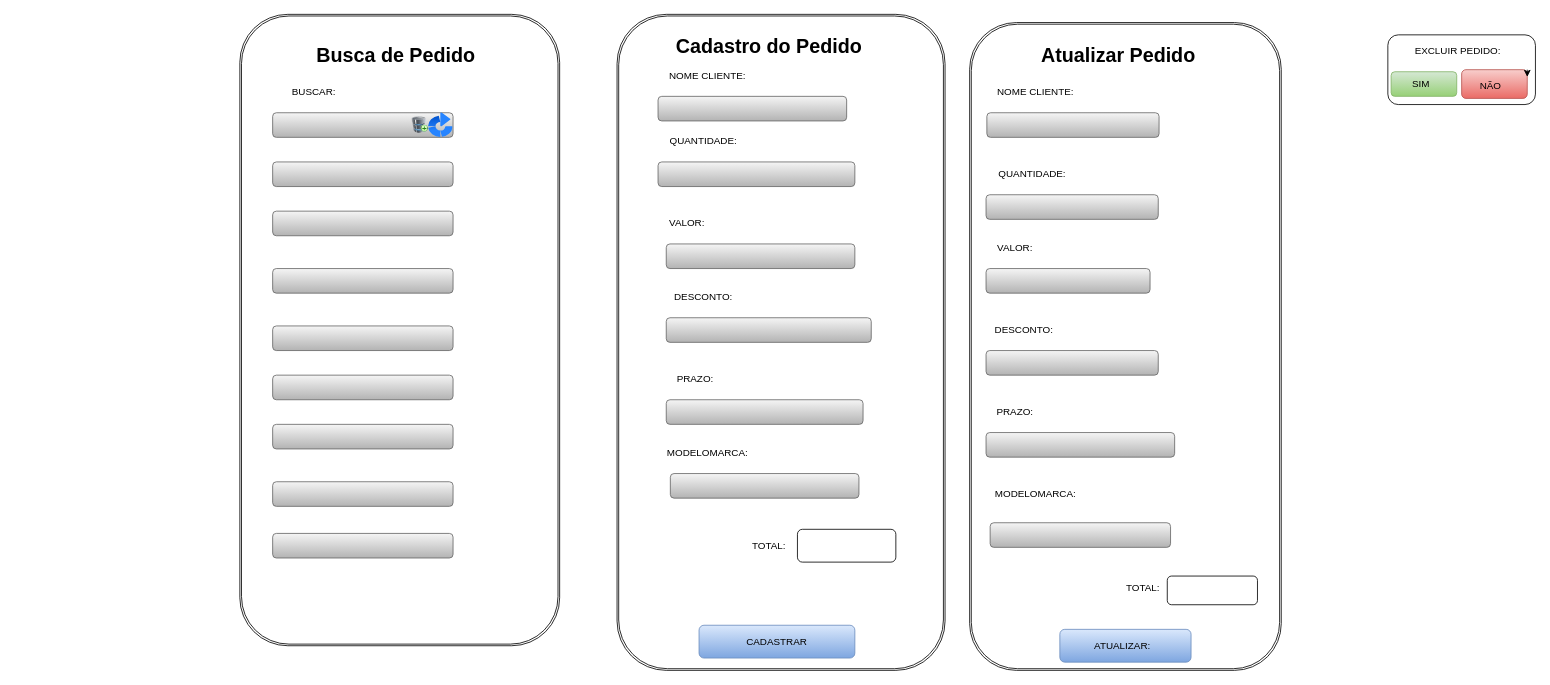
pati573022/avatarapp keeps this draw.io diagram as page "Página-3" (3 of 6) of doc/telas.drawio. Above is the earlier version. Source tidied: cells renumbered, new cells numbered last; positions are measured from the earlier drawing's top-left corner, leaving out a move shared by most shapes. Both pictures are drawn from the tidied source at 82%, with x=0, y=0 at pixel (239, 14).
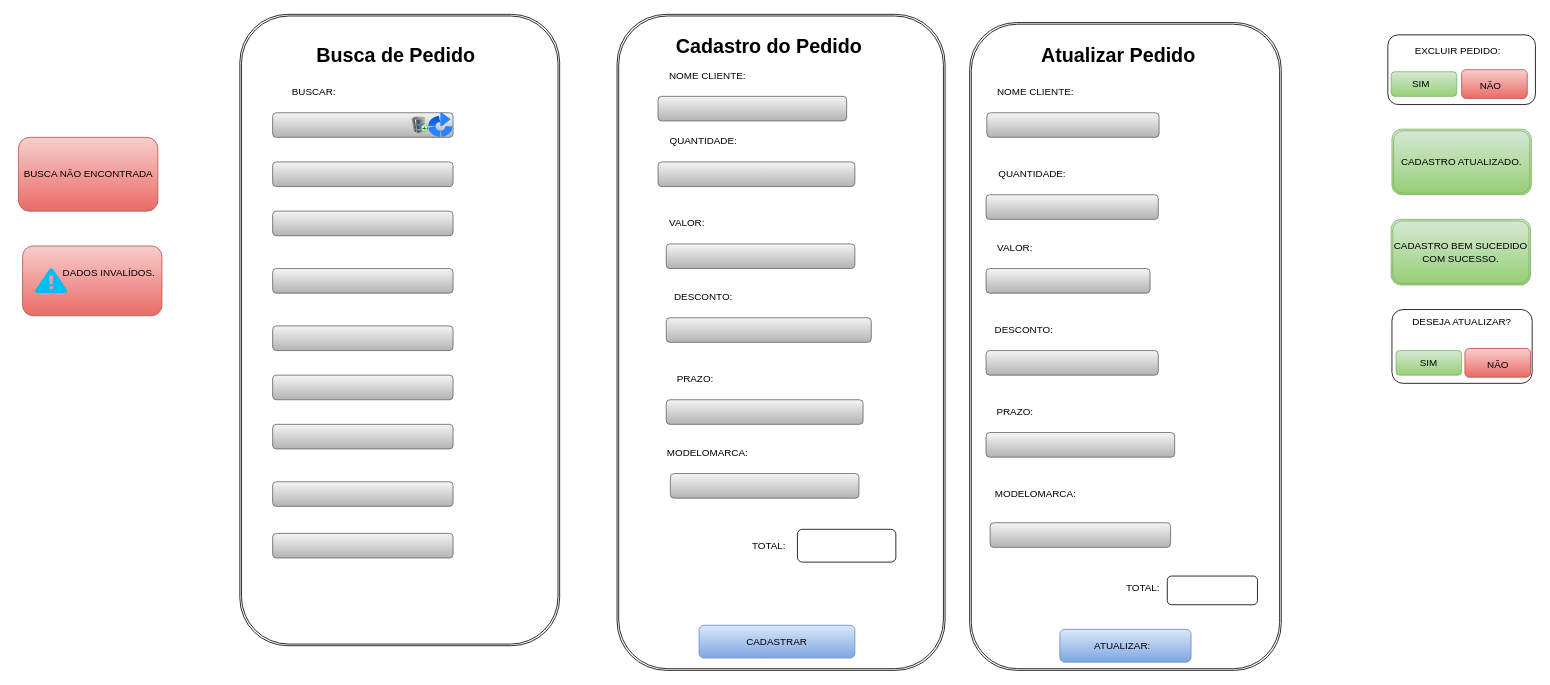
After the change.

The change refers to these unchanged cells:
```xml
<mxCell id="53" style="rounded=1;whiteSpace=wrap;html=1;fillColor=#f8cecc;gradientColor=#ea6b66;strokeColor=#b85450;" parent="1" vertex="1">
  <mxGeometry x="1490" y="67.5" width="80" height="35" as="geometry" />
</mxCell>
```

What changed in the source:
```diff
@@
-    <mxCell id="55" style="edgeStyle=orthogonalEdgeStyle;rounded=0;orthogonalLoop=1;jettySize=auto;html=1;exitX=1;exitY=0;exitDx=0;exitDy=0;entryX=1;entryY=0.25;entryDx=0;entryDy=0;" parent="1" edge="1" source="53" target="53">
-      <mxGeometry relative="1" as="geometry" />
-    </mxCell>
@@
+    <mxCell id="67" value="CADASTRO ATUALIZADO." style="shape=ext;double=1;rounded=1;whiteSpace=wrap;html=1;fillColor=#d5e8d4;strokeColor=#82b366;gradientColor=#97d077;" parent="1" vertex="1">
+      <mxGeometry x="1405" y="140" width="170" height="80" as="geometry" />
+    </mxCell>
+    <mxCell id="68" value="CADASTRO BEM SUCEDIDO COM SUCESSO." style="shape=ext;double=1;rounded=1;whiteSpace=wrap;html=1;fillColor=#d5e8d4;strokeColor=#82b366;gradientColor=#97d077;" parent="1" vertex="1">
+      <mxGeometry x="1404" y="250" width="170" height="80" as="geometry" />
+    </mxCell>
+    <mxCell id="69" style="rounded=1;whiteSpace=wrap;html=1;" parent="1" vertex="1">
+      <mxGeometry x="1405" y="360" width="171" height="90" as="geometry" />
+    </mxCell>
+    <mxCell id="70" value="DESEJA ATUALIZAR?" style="text;html=1;align=center;verticalAlign=middle;strokeColor=none;fillColor=none;" parent="1" vertex="1">
+      <mxGeometry x="1420" y="360" width="140" height="30" as="geometry" />
+    </mxCell>
+    <mxCell id="71" value="SIM" style="rounded=1;whiteSpace=wrap;html=1;fillColor=#d5e8d4;gradientColor=#97d077;strokeColor=#82b366;" parent="1" vertex="1">
+      <mxGeometry x="1410" y="410" width="80" height="30" as="geometry" />
+    </mxCell>
+    <mxCell id="72" style="rounded=1;whiteSpace=wrap;html=1;fillColor=#f8cecc;gradientColor=#ea6b66;strokeColor=#b85450;" parent="1" vertex="1">
+      <mxGeometry x="1494" y="407.5" width="80" height="35" as="geometry" />
+    </mxCell>
+    <mxCell id="73" value="NÃO" style="text;html=1;align=center;verticalAlign=middle;strokeColor=none;fillColor=none;" parent="1" vertex="1">
+      <mxGeometry x="1509" y="412.5" width="50" height="30" as="geometry" />
+    </mxCell>
+    <mxCell id="74" style="rounded=1;whiteSpace=wrap;html=1;fillColor=#f8cecc;gradientColor=#ea6b66;strokeColor=#b85450;" parent="1" vertex="1">
+      <mxGeometry x="-270" y="150" width="170" height="90" as="geometry" />
+    </mxCell>
+    <mxCell id="75" style="rounded=1;whiteSpace=wrap;html=1;fillColor=#f8cecc;gradientColor=#ea6b66;strokeColor=#b85450;" parent="1" vertex="1">
+      <mxGeometry x="-265" y="282.5" width="170" height="85" as="geometry" />
+    </mxCell>
+    <mxCell id="76" style="verticalLabelPosition=bottom;html=1;verticalAlign=top;align=center;strokeColor=none;fillColor=#00BEF2;shape=mxgraph.azure.azure_alert;" parent="1" vertex="1">
+      <mxGeometry x="-250" y="310" width="40" height="30" as="geometry" />
+    </mxCell>
+    <mxCell id="77" value="DADOS INVALÍDOS." style="text;html=1;align=center;verticalAlign=middle;strokeColor=none;fillColor=none;" parent="1" vertex="1">
+      <mxGeometry x="-230" y="300" width="140" height="30" as="geometry" />
+    </mxCell>
+    <mxCell id="78" value="BUSCA NÃO ENCONTRADA" style="text;html=1;align=center;verticalAlign=middle;strokeColor=none;fillColor=none;" parent="1" vertex="1">
+      <mxGeometry x="-275" y="180" width="180" height="30" as="geometry" />
+    </mxCell>
```
